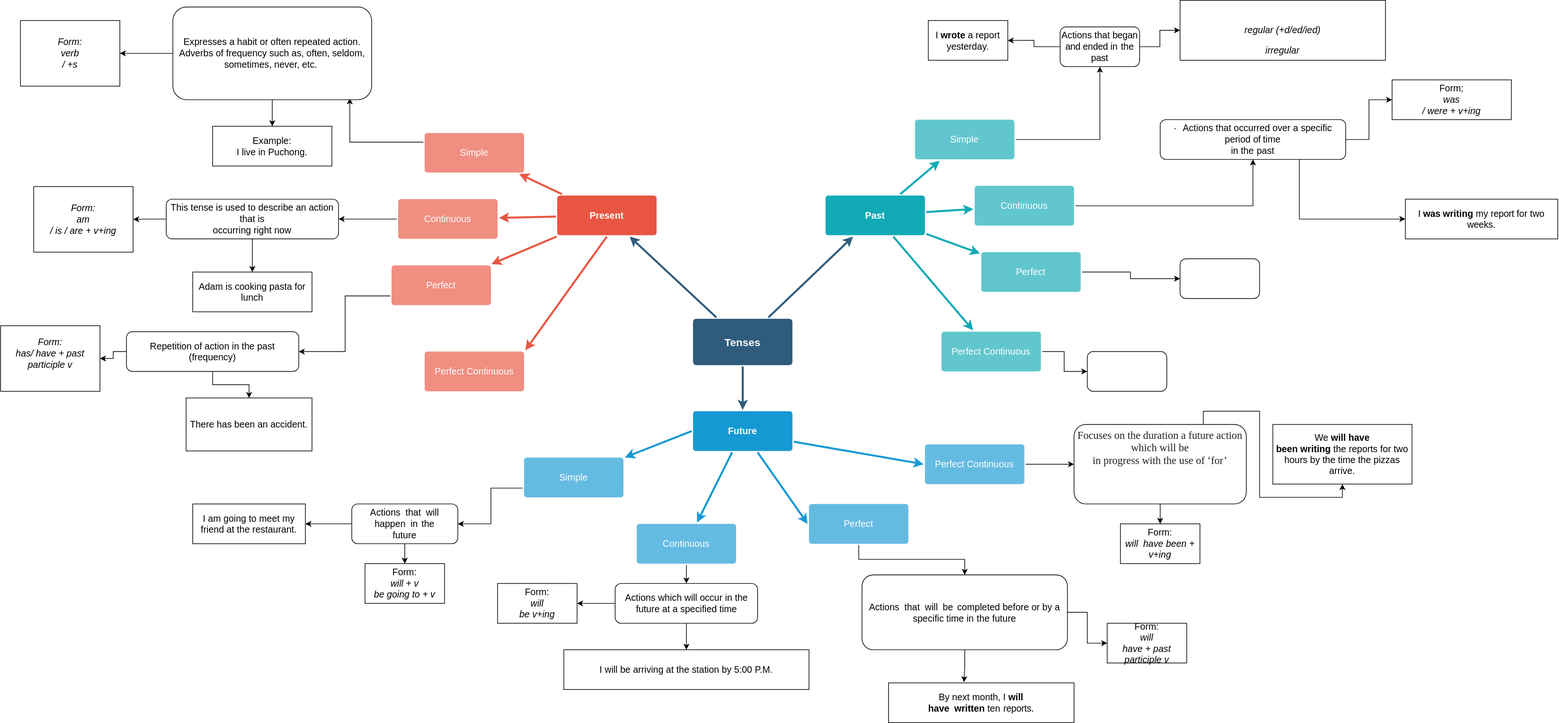
Earlier version of the draw.io export Tense.drawio.svg (mhrk04/WED10402-CE). Source tidied: cells renumbered, new cells last; positions are measured from the earlier drawing's top-left corner, leaving out a move shared by most shapes.
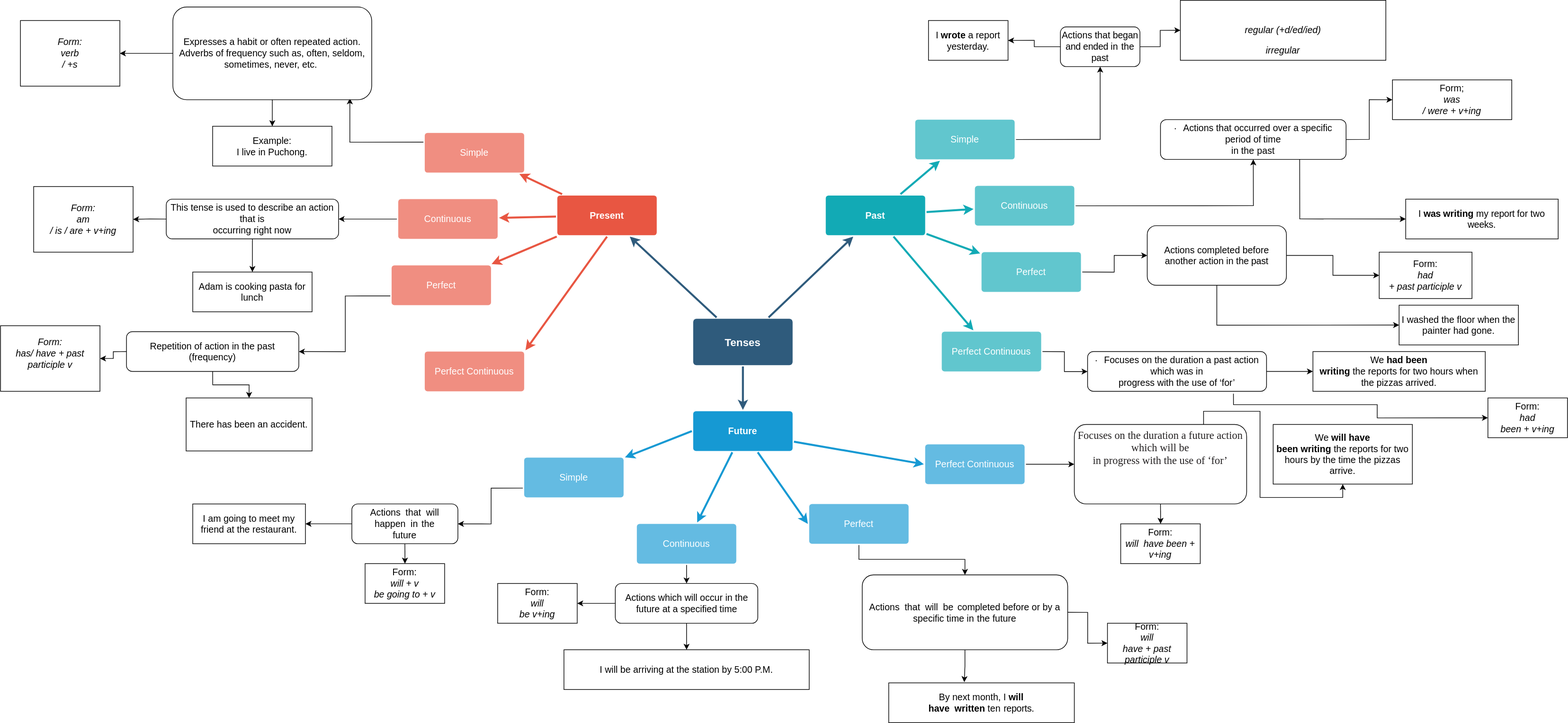
After the commit.

The edit, as a diff of the source:
```diff
@@ -251,8 +251,14 @@
     <mxCell id="84" value="&lt;p style=&quot;margin-top:0in;margin-right:18.7pt;margin-bottom:&lt;br/&gt;0in;margin-left:22.5pt;margin-bottom:.0001pt;text-align:justify;text-indent:&lt;br/&gt;-13.5pt;mso-list:l0 level1 lfo1;tab-stops:23.3pt;layout-grid-mode:char;&lt;br/&gt;mso-layout-grid-align:none&quot; class=&quot;TableParagraph&quot;&gt;&lt;span style=&quot;font-size:12.0pt;font-family:Symbol;mso-fareast-font-family:Symbol;&lt;br/&gt;mso-bidi-font-family:Symbol&quot; lang=&quot;EN-US&quot;&gt;·&lt;span style=&quot;font-variant-numeric: normal; font-variant-east-asian: normal; font-stretch: normal; font-size: 7pt; line-height: normal; font-family: &amp;quot;Times New Roman&amp;quot;;&quot;&gt;&amp;nbsp;&amp;nbsp;&amp;nbsp; &lt;/span&gt;&lt;/span&gt;&lt;span style=&quot;font-size:12.0pt;font-family:&amp;quot;Cambria&amp;quot;,serif;mso-bidi-font-family:&lt;br/&gt;Arial;color:#232021&quot; lang=&quot;EN-US&quot;&gt;Actions that occurred over&lt;span style=&quot;letter-spacing:&lt;br/&gt;-.15pt&quot;&gt; &lt;/span&gt;a specific period &lt;span style=&quot;letter-spacing:-.2pt&quot;&gt;of &lt;/span&gt;time&lt;br/&gt;in the&lt;span style=&quot;letter-spacing:.45pt&quot;&gt; &lt;/span&gt;&lt;span style=&quot;letter-spacing:&lt;br/&gt;-.15pt&quot;&gt;past&lt;/span&gt;&lt;/span&gt;&lt;span style=&quot;font-size:12.0pt;font-family:&lt;br/&gt;&amp;quot;Cambria&amp;quot;,serif;mso-fareast-font-family:Arial;mso-bidi-font-family:Arial&quot; lang=&quot;EN-US&quot;&gt;&lt;/span&gt;&lt;/p&gt;" style="rounded=1;whiteSpace=wrap;html=1;labelBackgroundColor=none;fontSize=14;fontColor=#000000;" parent="1" vertex="1">
       <mxGeometry x="1750" y="180" width="280" height="60" as="geometry" />
     </mxCell>
+    <mxCell id="91" style="edgeStyle=orthogonalEdgeStyle;rounded=0;jettySize=auto;html=1;exitX=1;exitY=0.5;exitDx=0;exitDy=0;entryX=0;entryY=0.5;entryDx=0;entryDy=0;fontSize=14;fontColor=#000000;" parent="1" edge="1" source="85" target="95">
+      <mxGeometry relative="1" as="geometry" />
+    </mxCell>
+    <mxCell id="92" style="edgeStyle=orthogonalEdgeStyle;rounded=0;jettySize=auto;html=1;exitX=0.5;exitY=1;exitDx=0;exitDy=0;entryX=0;entryY=0.5;entryDx=0;entryDy=0;fontSize=14;fontColor=#000000;" parent="1" edge="1" source="85" target="96">
+      <mxGeometry relative="1" as="geometry" />
+    </mxCell>
-    <mxCell id="85" style="rounded=1;whiteSpace=wrap;html=1;labelBackgroundColor=none;fontSize=14;fontColor=#000000;" parent="1" vertex="1">
-      <mxGeometry x="1780" y="390" width="120" height="60" as="geometry" />
+    <mxCell id="85" value="&lt;span style=&quot;font-size:12.0pt;line-height:&lt;br/&gt;107%;font-family:&amp;quot;Cambria&amp;quot;,serif;mso-fareast-font-family:Calibri;mso-bidi-font-family:&lt;br/&gt;Arial;color:#232021;mso-ansi-language:EN-GB;mso-fareast-language:EN-US;&lt;br/&gt;mso-bidi-language:AR-SA&quot; lang=&quot;EN-GB&quot;&gt;Actions completed before&lt;span style=&quot;letter-spacing:&lt;br/&gt;-.45pt&quot;&gt; &lt;/span&gt;another action in the&lt;span style=&quot;letter-spacing:-.45pt&quot;&gt; &lt;/span&gt;&lt;span style=&quot;letter-spacing:-.15pt&quot;&gt;past&lt;/span&gt;&lt;/span&gt;" style="rounded=1;whiteSpace=wrap;html=1;labelBackgroundColor=none;fontSize=14;fontColor=#000000;" parent="1" vertex="1">
+      <mxGeometry x="1730" y="340" width="210" height="90" as="geometry" />
     </mxCell>
     <mxCell id="86" value="&lt;p class=&quot;TableParagraph&quot;&gt;&lt;span lang=&quot;EN-US&quot;&gt;&lt;span style=&quot;font-variant-numeric: normal; font-variant-east-asian: normal; font-stretch: normal; font-size: 7pt; line-height: normal; font-family: &amp;quot;Times New Roman&amp;quot;;&quot;&gt;&lt;br&gt;&lt;/span&gt;&lt;/span&gt;&lt;i&gt;&lt;span lang=&quot;EN-US&quot;&gt;regular (+d/ed/ied)&lt;/span&gt;&lt;/i&gt;&lt;/p&gt;&lt;i style=&quot;background-color: initial;&quot;&gt;&lt;span lang=&quot;EN-US&quot;&gt;irregular&lt;/span&gt;&lt;/i&gt;" style="rounded=0;whiteSpace=wrap;html=1;labelBackgroundColor=none;fontSize=14;fontColor=#000000;" parent="1" vertex="1">
       <mxGeometry x="1780" width="310" height="90.5" as="geometry" />
@@ -266,8 +272,32 @@
     <mxCell id="89" value="&lt;p style=&quot;margin-top:0in;margin-right:21.4pt;margin-bottom:&lt;br/&gt;0in;margin-left:5.0pt;margin-bottom:.0001pt;layout-grid-mode:char;mso-layout-grid-align:&lt;br/&gt;none&quot; class=&quot;TableParagraph&quot;&gt;&lt;span style=&quot;font-size:12.0pt;font-family:&amp;quot;Cambria&amp;quot;,serif;&lt;br/&gt;mso-bidi-font-family:Arial;color:#232021&quot; lang=&quot;EN-US&quot;&gt;I &lt;b&gt;&lt;span style=&quot;letter-spacing:-.15pt&quot;&gt;was &lt;/span&gt;writing&lt;/b&gt; my &lt;span style=&quot;letter-spacing:-.15pt&quot;&gt;report &lt;/span&gt;for&lt;span style=&quot;letter-spacing:&lt;br/&gt;.8pt&quot;&gt; &lt;/span&gt;two &lt;span style=&quot;letter-spacing:-.15pt&quot;&gt;weeks.&lt;/span&gt;&lt;/span&gt;&lt;span style=&quot;font-size:12.0pt;font-family:&amp;quot;Cambria&amp;quot;,serif;mso-fareast-font-family:&lt;br/&gt;Arial;mso-bidi-font-family:Arial&quot; lang=&quot;EN-US&quot;&gt;&lt;/span&gt;&lt;/p&gt;" style="rounded=0;whiteSpace=wrap;html=1;labelBackgroundColor=none;fontSize=14;fontColor=#000000;" parent="1" vertex="1">
       <mxGeometry x="2120" y="300" width="230" height="60" as="geometry" />
     </mxCell>
+    <mxCell id="93" style="edgeStyle=orthogonalEdgeStyle;rounded=0;jettySize=auto;html=1;exitX=1;exitY=0.5;exitDx=0;exitDy=0;entryX=0;entryY=0.5;entryDx=0;entryDy=0;fontSize=14;fontColor=#000000;" parent="1" edge="1" source="90" target="97">
+      <mxGeometry relative="1" as="geometry" />
+    </mxCell>
+    <mxCell id="94" style="edgeStyle=orthogonalEdgeStyle;rounded=0;jettySize=auto;html=1;exitX=0.815;exitY=1.061;exitDx=0;exitDy=0;entryX=0;entryY=0.5;entryDx=0;entryDy=0;fontSize=14;fontColor=#000000;exitPerimeter=0;" parent="1" edge="1" source="90" target="98">
+      <mxGeometry relative="1" as="geometry">
+        <Array as="points">
+          <mxPoint x="1860" y="610" />
+          <mxPoint x="2077" y="610" />
+          <mxPoint x="2077" y="630" />
+        </Array>
+      </mxGeometry>
+    </mxCell>
-    <mxCell id="90" style="rounded=1;whiteSpace=wrap;html=1;labelBackgroundColor=none;fontSize=14;fontColor=#000000;" parent="1" vertex="1">
-      <mxGeometry x="1640" y="530" width="120" height="60" as="geometry" />
+    <mxCell id="90" value="&lt;p style=&quot;margin-top:0in;margin-right:31.7pt;margin-bottom:&lt;br/&gt;0in;margin-left:22.5pt;margin-bottom:.0001pt;text-align:justify;text-indent:&lt;br/&gt;-13.5pt;mso-list:l0 level1 lfo1;tab-stops:23.3pt;layout-grid-mode:char;&lt;br/&gt;mso-layout-grid-align:none&quot; class=&quot;TableParagraph&quot;&gt;&lt;span style=&quot;font-size:12.0pt;font-family:Symbol;mso-fareast-font-family:Symbol;&lt;br/&gt;mso-bidi-font-family:Symbol;color:#232021&quot; lang=&quot;EN-US&quot;&gt;·&lt;span style=&quot;font-variant-numeric: normal; font-variant-east-asian: normal; font-stretch: normal; font-size: 7pt; line-height: normal; font-family: &amp;quot;Times New Roman&amp;quot;;&quot;&gt;&amp;nbsp;&amp;nbsp;&amp;nbsp; &lt;/span&gt;&lt;/span&gt;&lt;span style=&quot;font-size:12.0pt;font-family:&amp;quot;Cambria&amp;quot;,serif;mso-bidi-font-family:&lt;br/&gt;Arial;color:#232021&quot; lang=&quot;EN-US&quot;&gt;Focuses on the duration a past action which was in&lt;br/&gt;progress with the use of ‘for’&lt;/span&gt;&lt;/p&gt;" style="rounded=1;whiteSpace=wrap;html=1;labelBackgroundColor=none;fontSize=14;fontColor=#000000;" parent="1" vertex="1">
+      <mxGeometry x="1640" y="530" width="270" height="60" as="geometry" />
     </mxCell>
+    <mxCell id="95" value="Form:&lt;br&gt;&lt;i&gt;&lt;span style=&quot;font-size:12.0pt;line-height:107%;font-family:&amp;quot;Cambria&amp;quot;,serif;&lt;br/&gt;mso-fareast-font-family:Calibri;mso-bidi-font-family:Arial;color:#232021;&lt;br/&gt;mso-ansi-language:EN-GB;mso-fareast-language:EN-US;mso-bidi-language:AR-SA&quot; lang=&quot;EN-GB&quot;&gt;had&lt;br/&gt;+ past participle v&lt;/span&gt;&lt;/i&gt;" style="rounded=0;whiteSpace=wrap;html=1;labelBackgroundColor=none;fontSize=14;fontColor=#000000;" parent="1" vertex="1">
+      <mxGeometry x="2080" y="380" width="140" height="70" as="geometry" />
+    </mxCell>
+    <mxCell id="96" value="I washed the floor when the painter had gone." style="rounded=0;whiteSpace=wrap;html=1;labelBackgroundColor=none;fontSize=14;fontColor=#000000;" parent="1" vertex="1">
+      <mxGeometry x="2110" y="460" width="180" height="60" as="geometry" />
+    </mxCell>
+    <mxCell id="97" value="&lt;span style=&quot;font-size:12.0pt;line-height:&lt;br/&gt;107%;font-family:&amp;quot;Cambria&amp;quot;,serif;mso-fareast-font-family:Calibri;mso-bidi-font-family:&lt;br/&gt;Arial;color:#232021;mso-ansi-language:EN-GB;mso-fareast-language:EN-US;&lt;br/&gt;mso-bidi-language:AR-SA&quot; lang=&quot;EN-GB&quot;&gt;We &lt;b&gt;had been&lt;br/&gt;writing&lt;/b&gt; the reports for two hours when the pizzas arrived.&lt;/span&gt;" style="rounded=0;whiteSpace=wrap;html=1;labelBackgroundColor=none;fontSize=14;fontColor=#000000;" parent="1" vertex="1">
+      <mxGeometry x="1980" y="530" width="260" height="60" as="geometry" />
+    </mxCell>
+    <mxCell id="98" value="Form:&lt;br&gt;&lt;i&gt;&lt;span style=&quot;font-size:12.0pt;line-height:107%;font-family:&amp;quot;Cambria&amp;quot;,serif;&lt;br/&gt;mso-fareast-font-family:Calibri;mso-bidi-font-family:Arial;color:#232021;&lt;br/&gt;mso-ansi-language:EN-GB;mso-fareast-language:EN-US;mso-bidi-language:AR-SA&quot; lang=&quot;EN-GB&quot;&gt;had&lt;br/&gt;been + v+ing&lt;/span&gt;&lt;/i&gt;" style="rounded=0;whiteSpace=wrap;html=1;labelBackgroundColor=none;fontSize=14;fontColor=#000000;" parent="1" vertex="1">
+      <mxGeometry x="2244" y="600" width="120" height="60" as="geometry" />
+    </mxCell>
   </root>
 </mxGraphModel>
```
